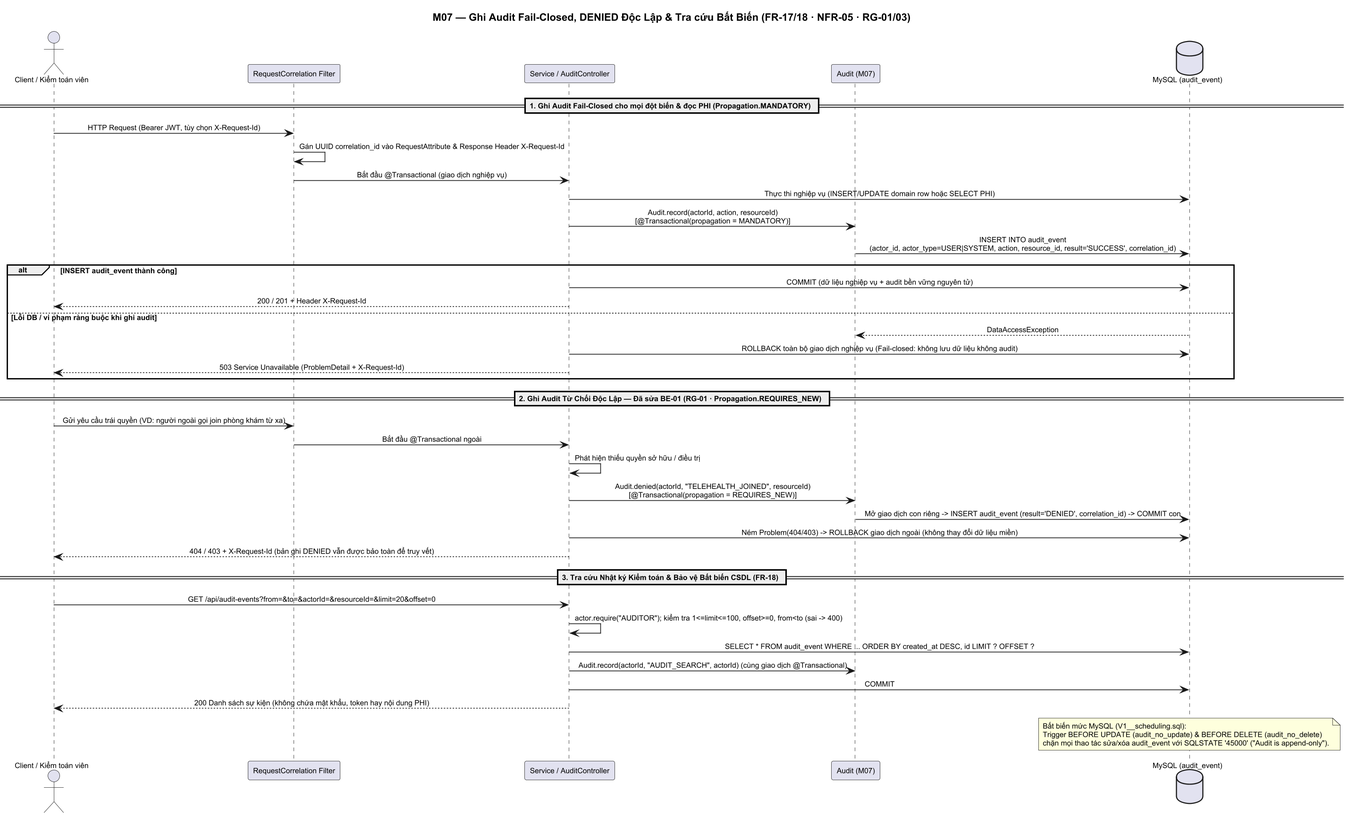
The PlantUML diagram docs/design/sequence-diagrams/audit-fail-closed.png in Samie32/SE-project, before a commit. Its diagram source:
```plantuml
@startuml audit-fail-closed
title M07 — Ghi Audit Fail-Closed, DENIED Độc Lập & Tra cứu Bất Biến (FR-17/18 · NFR-05 · RG-01/03)

skinparam sequenceMessageAlign center
skinparam responseMessageBelowArrow true
skinparam ParticipantPadding 10
skinparam BoxPadding 8
skinparam shadowing false
skinparam defaultFontName Arial
skinparam defaultFontSize 10
skinparam dpi 150

actor       "Client / Kiểm toán viên"     as U
participant "RequestCorrelation Filter"   as FLT
participant "Service / AuditController"   as SVC
participant "Audit (M07)"                 as AUD
database    "MySQL (audit_event)"         as DB

== 1. Ghi Audit Fail-Closed cho mọi đột biến & đọc PHI (Propagation.MANDATORY) ==
U   -> FLT : HTTP Request (Bearer JWT, tùy chọn X-Request-Id)
FLT -> FLT : Gán UUID correlation_id vào RequestAttribute & Response Header X-Request-Id
FLT -> SVC : Bắt đầu @Transactional (giao dịch nghiệp vụ)
SVC -> DB  : Thực thi nghiệp vụ (INSERT/UPDATE domain row hoặc SELECT PHI)
SVC -> AUD : Audit.record(actorId, action, resourceId)\n[@Transactional(propagation = MANDATORY)]
AUD -> DB  : INSERT INTO audit_event\n(actor_id, actor_type=USER|SYSTEM, action, resource_id, result='SUCCESS', correlation_id)

alt INSERT audit_event thành công
  SVC -> DB : COMMIT (dữ liệu nghiệp vụ + audit bền vững nguyên tử)
  SVC --> U : 200 / 201 + Header X-Request-Id
else Lỗi DB / vi phạm ràng buộc khi ghi audit
  DB  --> AUD : DataAccessException
  SVC -> DB   : ROLLBACK toàn bộ giao dịch nghiệp vụ (Fail-closed: không lưu dữ liệu không audit)
  SVC --> U   : 503 Service Unavailable (ProblemDetail + X-Request-Id)
end

== 2. Ghi Audit Từ Chối Độc Lập — Đã sửa BE-01 (RG-01 · Propagation.REQUIRES_NEW) ==
U   -> FLT : Gửi yêu cầu trái quyền (VD: người ngoài gọi join phòng khám từ xa)
FLT -> SVC : Bắt đầu @Transactional ngoài
SVC -> SVC : Phát hiện thiếu quyền sở hữu / điều trị
SVC -> AUD : Audit.denied(actorId, "TELEHEALTH_JOINED", resourceId)\n[@Transactional(propagation = REQUIRES_NEW)]
AUD -> DB  : Mở giao dịch con riêng -> INSERT audit_event (result='DENIED', correlation_id) -> COMMIT con
SVC -> DB  : Ném Problem(404/403) -> ROLLBACK giao dịch ngoài (không thay đổi dữ liệu miền)
SVC --> U  : 404 / 403 + X-Request-Id (bản ghi DENIED vẫn được bảo toàn để truy vết)

== 3. Tra cứu Nhật ký Kiểm toán & Bảo vệ Bất biến CSDL (FR-18) ==
U   -> SVC : GET /api/audit-events?from=&to=&actorId=&resourceId=&limit=20&offset=0
SVC -> SVC : actor.require("AUDITOR"); kiểm tra 1<=limit<=100, offset>=0, from<to (sai -> 400)
SVC -> DB  : SELECT * FROM audit_event WHERE ... ORDER BY created_at DESC, id LIMIT ? OFFSET ?
SVC -> AUD : Audit.record(actorId, "AUDIT_SEARCH", actorId) (cùng giao dịch @Transactional)
SVC -> DB  : COMMIT
SVC --> U  : 200 Danh sách sự kiện (không chứa mật khẩu, token hay nội dung PHI)

note over DB
  Bất biến mức MySQL (V1__scheduling.sql):
  Trigger BEFORE UPDATE (audit_no_update) & BEFORE DELETE (audit_no_delete)
  chặn mọi thao tác sửa/xóa audit_event với SQLSTATE '45000' ("Audit is append-only").
end note

@enduml
```
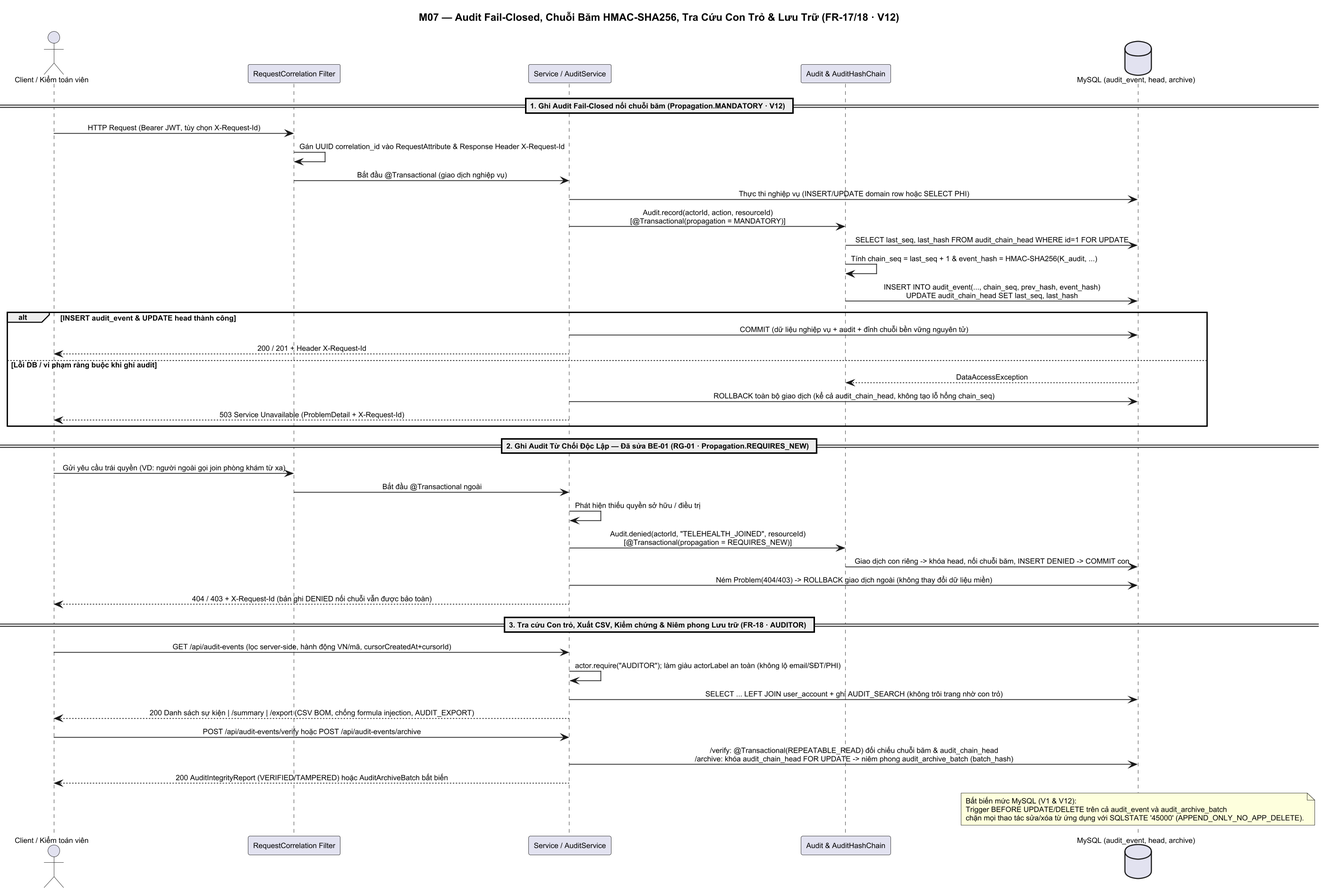
Above is the later version.

The edit, as a diff of the source:
```diff
@@ -1,5 +1,5 @@
 @startuml audit-fail-closed
-title M07 — Ghi Audit Fail-Closed, DENIED Độc Lập & Tra cứu Bất Biến (FR-17/18 · NFR-05 · RG-01/03)
+title M07 — Audit Fail-Closed, Chuỗi Băm HMAC-SHA256, Tra Cứu Con Trỏ & Lưu Trữ (FR-17/18 · V12)
 
 skinparam sequenceMessageAlign center
 skinparam responseMessageBelowArrow true
@@ -12,24 +12,26 @@
 
 actor       "Client / Kiểm toán viên"     as U
 participant "RequestCorrelation Filter"   as FLT
-participant "Service / AuditController"   as SVC
-participant "Audit (M07)"                 as AUD
-database    "MySQL (audit_event)"         as DB
+participant "Service / AuditService"      as SVC
+participant "Audit & AuditHashChain"      as AUD
+database    "MySQL (audit_event, head, archive)" as DB
 
-== 1. Ghi Audit Fail-Closed cho mọi đột biến & đọc PHI (Propagation.MANDATORY) ==
+== 1. Ghi Audit Fail-Closed nối chuỗi băm (Propagation.MANDATORY · V12) ==
 U   -> FLT : HTTP Request (Bearer JWT, tùy chọn X-Request-Id)
 FLT -> FLT : Gán UUID correlation_id vào RequestAttribute & Response Header X-Request-Id
 FLT -> SVC : Bắt đầu @Transactional (giao dịch nghiệp vụ)
 SVC -> DB  : Thực thi nghiệp vụ (INSERT/UPDATE domain row hoặc SELECT PHI)
 SVC -> AUD : Audit.record(actorId, action, resourceId)\n[@Transactional(propagation = MANDATORY)]
-AUD -> DB  : INSERT INTO audit_event\n(actor_id, actor_type=USER|SYSTEM, action, resource_id, result='SUCCESS', correlation_id)
+AUD -> DB  : SELECT last_seq, last_hash FROM audit_chain_head WHERE id=1 FOR UPDATE
+AUD -> AUD : Tính chain_seq = last_seq + 1 & event_hash = HMAC-SHA256(K_audit, ...)
+AUD -> DB  : INSERT INTO audit_event(..., chain_seq, prev_hash, event_hash)\nUPDATE audit_chain_head SET last_seq, last_hash
 
-alt INSERT audit_event thành công
-  SVC -> DB : COMMIT (dữ liệu nghiệp vụ + audit bền vững nguyên tử)
+alt INSERT audit_event & UPDATE head thành công
+  SVC -> DB : COMMIT (dữ liệu nghiệp vụ + audit + đỉnh chuỗi bền vững nguyên tử)
   SVC --> U : 200 / 201 + Header X-Request-Id
 else Lỗi DB / vi phạm ràng buộc khi ghi audit
   DB  --> AUD : DataAccessException
-  SVC -> DB   : ROLLBACK toàn bộ giao dịch nghiệp vụ (Fail-closed: không lưu dữ liệu không audit)
+  SVC -> DB   : ROLLBACK toàn bộ giao dịch (kể cả audit_chain_head, không tạo lỗ hổng chain_seq)
   SVC --> U   : 503 Service Unavailable (ProblemDetail + X-Request-Id)
 end
 
@@ -38,22 +40,24 @@
 FLT -> SVC : Bắt đầu @Transactional ngoài
 SVC -> SVC : Phát hiện thiếu quyền sở hữu / điều trị
 SVC -> AUD : Audit.denied(actorId, "TELEHEALTH_JOINED", resourceId)\n[@Transactional(propagation = REQUIRES_NEW)]
-AUD -> DB  : Mở giao dịch con riêng -> INSERT audit_event (result='DENIED', correlation_id) -> COMMIT con
+AUD -> DB  : Giao dịch con riêng -> khóa head, nối chuỗi băm, INSERT DENIED -> COMMIT con
 SVC -> DB  : Ném Problem(404/403) -> ROLLBACK giao dịch ngoài (không thay đổi dữ liệu miền)
-SVC --> U  : 404 / 403 + X-Request-Id (bản ghi DENIED vẫn được bảo toàn để truy vết)
+SVC --> U  : 404 / 403 + X-Request-Id (bản ghi DENIED nối chuỗi vẫn được bảo toàn)
 
-== 3. Tra cứu Nhật ký Kiểm toán & Bảo vệ Bất biến CSDL (FR-18) ==
-U   -> SVC : GET /api/audit-events?from=&to=&actorId=&resourceId=&limit=20&offset=0
-SVC -> SVC : actor.require("AUDITOR"); kiểm tra 1<=limit<=100, offset>=0, from<to (sai -> 400)
-SVC -> DB  : SELECT * FROM audit_event WHERE ... ORDER BY created_at DESC, id LIMIT ? OFFSET ?
-SVC -> AUD : Audit.record(actorId, "AUDIT_SEARCH", actorId) (cùng giao dịch @Transactional)
-SVC -> DB  : COMMIT
-SVC --> U  : 200 Danh sách sự kiện (không chứa mật khẩu, token hay nội dung PHI)
+== 3. Tra cứu Con trỏ, Xuất CSV, Kiểm chứng & Niêm phong Lưu trữ (FR-18 · AUDITOR) ==
+U   -> SVC : GET /api/audit-events (lọc server-side, hành động VN/mã, cursorCreatedAt+cursorId)
+SVC -> SVC : actor.require("AUDITOR"); làm giàu actorLabel an toàn (không lộ email/SĐT/PHI)
+SVC -> DB  : SELECT ... LEFT JOIN user_account + ghi AUDIT_SEARCH (không trôi trang nhờ con trỏ)
+SVC --> U  : 200 Danh sách sự kiện | /summary | /export (CSV BOM, chống formula injection, AUDIT_EXPORT)
+
+U   -> SVC : POST /api/audit-events/verify hoặc POST /api/audit-events/archive
+SVC -> DB  : /verify: @Transactional(REPEATABLE_READ) đối chiếu chuỗi băm & audit_chain_head\n/archive: khóa audit_chain_head FOR UPDATE -> niêm phong audit_archive_batch (batch_hash)
+SVC --> U  : 200 AuditIntegrityReport (VERIFIED/TAMPERED) hoặc AuditArchiveBatch bất biến
 
 note over DB
-  Bất biến mức MySQL (V1__scheduling.sql):
-  Trigger BEFORE UPDATE (audit_no_update) & BEFORE DELETE (audit_no_delete)
-  chặn mọi thao tác sửa/xóa audit_event với SQLSTATE '45000' ("Audit is append-only").
+  Bất biến mức MySQL (V1 & V12):
+  Trigger BEFORE UPDATE/DELETE trên cả audit_event và audit_archive_batch
+  chặn mọi thao tác sửa/xóa từ ứng dụng với SQLSTATE '45000' (APPEND_ONLY_NO_APP_DELETE).
 end note
 
 @enduml
```
